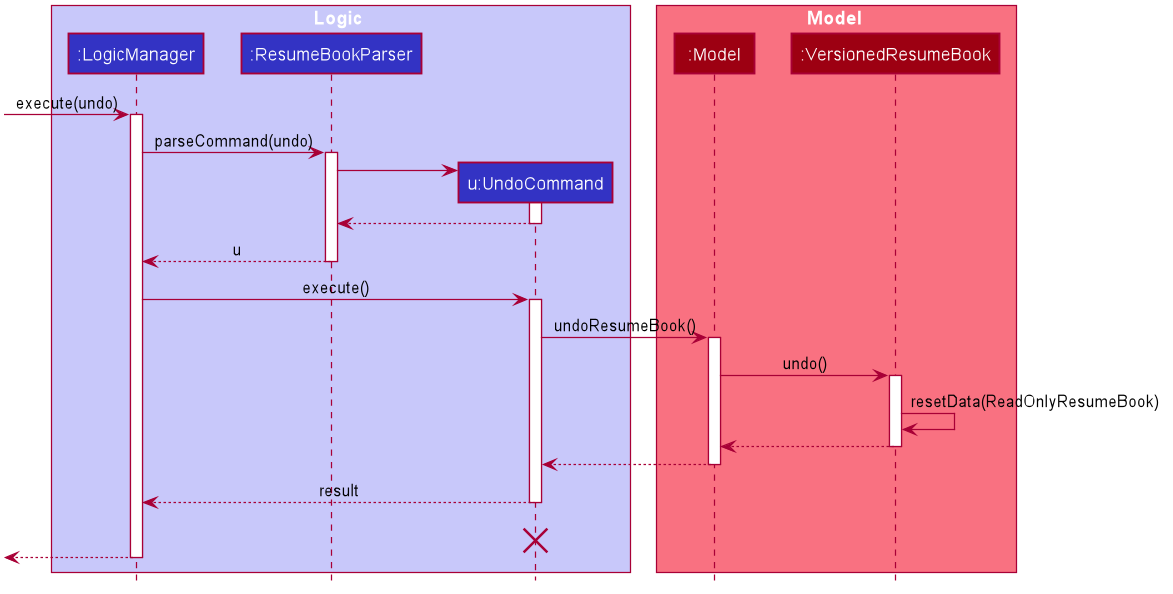
Above: docs/images/UndoSequenceDiagram.png in wardetu/main (PlantUML), before the change.
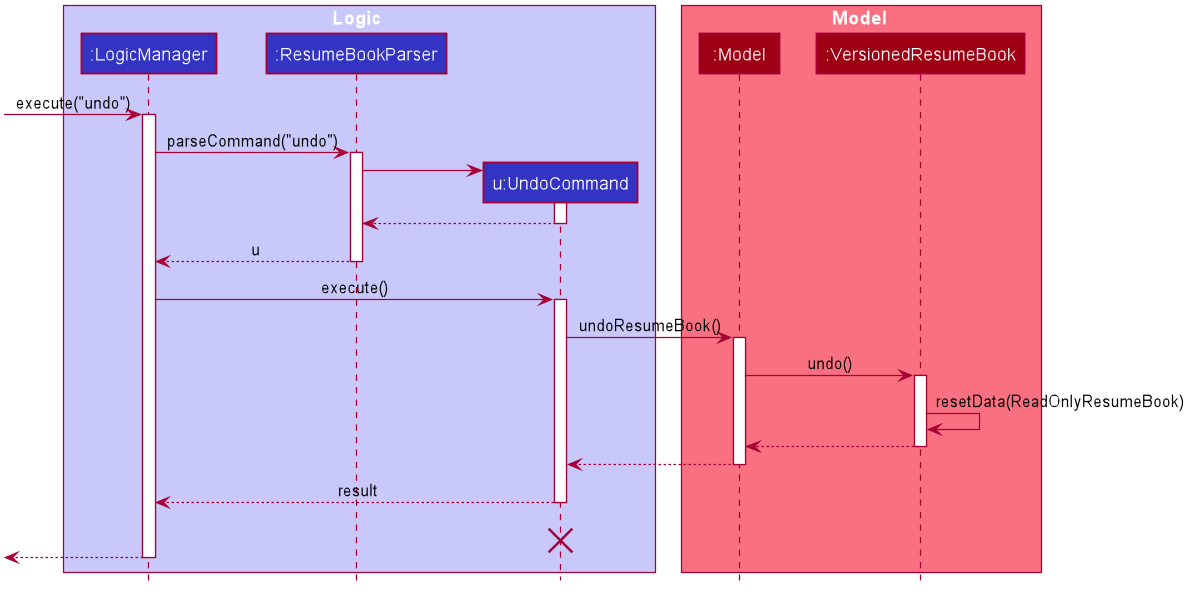
Later version of the same file.

The edit, as a diff of the source:
```diff
@@ -1,4 +1,5 @@
 @startuml
+
 
 
 
@@ -58,10 +59,10 @@
 participant ":Model" as Model #9D0012
 participant ":VersionedResumeBook" as VersionedResumeBook #9D0012
 end box
-[-> LogicManager : execute(undo)
+[-> LogicManager : execute("undo")
 activate LogicManager
 
-LogicManager -> ResumeBookParser : parseCommand(undo)
+LogicManager -> ResumeBookParser : parseCommand("undo")
 activate ResumeBookParser
 
 create UndoCommand
```
